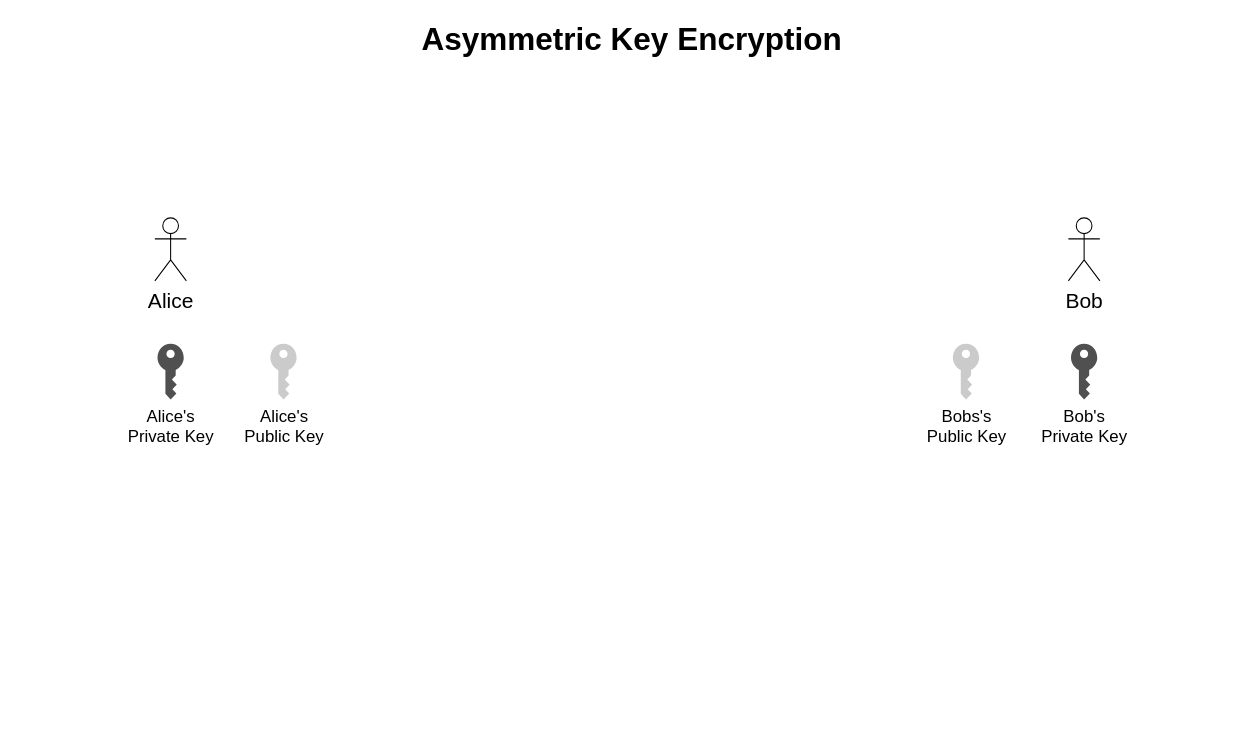
The draw.io diagram Asymmetric Encryption.drawio in ProTapia/IST-215-Notes, before the edit. Source tidied: cells renumbered, new cells numbered last; positions are measured from the earlier drawing's top-left corner, leaving out a move shared by most shapes. Both pictures are drawn from the tidied source at 105%, with x=0, y=0 at pixel (154, 18).
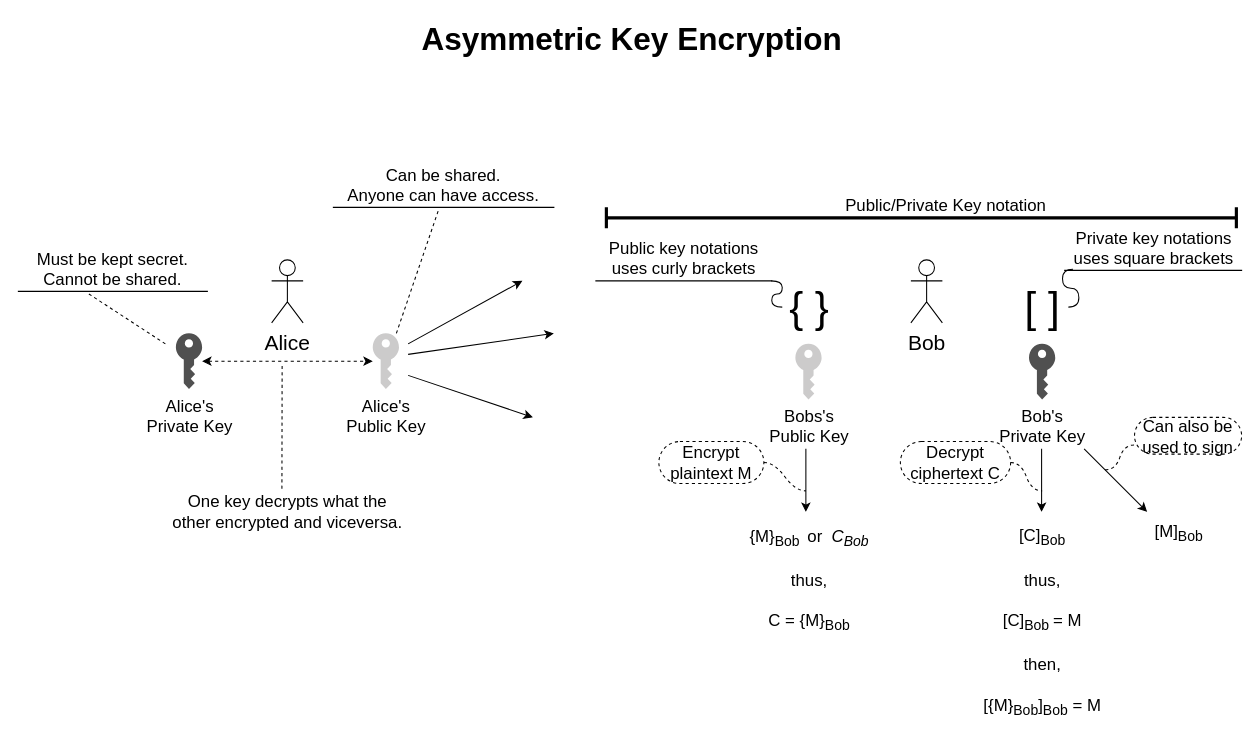
The same page after the edit.

Change to the diagram source:
```diff
@@
     <mxCell id="3" value="Alice" style="shape=umlActor;verticalLabelPosition=bottom;labelBackgroundColor=#ffffff;verticalAlign=top;html=1;fontSize=20;" parent="1" vertex="1">
-      <mxGeometry y="190" width="30" height="60" as="geometry" />
+      <mxGeometry x="111.2" y="230" width="30" height="60" as="geometry" />
     </mxCell>
     <mxCell id="4" value="Bob" style="shape=umlActor;verticalLabelPosition=bottom;labelBackgroundColor=#ffffff;verticalAlign=top;html=1;fontSize=20;" parent="1" vertex="1">
-      <mxGeometry x="870" y="190" width="30" height="60" as="geometry" />
+      <mxGeometry x="720" y="230" width="30" height="60" as="geometry" />
     </mxCell>
     <mxCell id="5" value="Alice's&lt;br style=&quot;font-size: 16px;&quot;&gt;Private Key" style="shadow=0;dashed=0;html=1;strokeColor=none;fillColor=#505050;labelPosition=center;verticalLabelPosition=bottom;verticalAlign=top;outlineConnect=0;align=center;shape=mxgraph.office.security.key_permissions;fontSize=16;" parent="1" vertex="1">
-      <mxGeometry x="2.5" y="310" width="25" height="53" as="geometry" />
+      <mxGeometry x="20" y="300" width="25" height="53" as="geometry" />
     </mxCell>
     <mxCell id="6" value="Alice's&lt;br style=&quot;font-size: 16px;&quot;&gt;Public Key" style="shadow=0;dashed=0;html=1;strokeColor=none;labelPosition=center;verticalLabelPosition=bottom;verticalAlign=top;outlineConnect=0;align=center;shape=mxgraph.office.security.key_permissions;fillColor=#CCCBCB;fontSize=16;" parent="1" vertex="1">
-      <mxGeometry x="110" y="310" width="25" height="53" as="geometry" />
+      <mxGeometry x="207.5" y="300" width="25" height="53" as="geometry" />
     </mxCell>
     <mxCell id="7" value="Bob's&lt;br style=&quot;font-size: 16px&quot;&gt;Private Key" style="shadow=0;dashed=0;html=1;strokeColor=none;fillColor=#505050;labelPosition=center;verticalLabelPosition=bottom;verticalAlign=top;align=center;shape=mxgraph.office.security.key_permissions;fontSize=16;" parent="1" vertex="1">
-      <mxGeometry x="872.5" y="310" width="25" height="53" as="geometry" />
+      <mxGeometry x="832.5" y="310" width="25" height="53" as="geometry" />
     </mxCell>
     <mxCell id="8" value="Bobs's&lt;br style=&quot;font-size: 16px&quot;&gt;Public Key" style="shadow=0;dashed=0;html=1;strokeColor=none;labelPosition=center;verticalLabelPosition=bottom;verticalAlign=top;align=center;shape=mxgraph.office.security.key_permissions;fillColor=#CCCBCB;fontSize=16;" parent="1" vertex="1">
-      <mxGeometry x="760" y="310" width="25" height="53" as="geometry" />
+      <mxGeometry x="610" y="310" width="25" height="53" as="geometry" />
     </mxCell>
+    <mxCell id="9" style="endArrow=classic;startArrow=classic;html=1;fontSize=16;dashed=1;" parent="1" edge="1" source="5" target="6">
+      <mxGeometry relative="1" as="geometry" />
+    </mxCell>
+    <mxCell id="10" style="endArrow=none;dashed=1;html=1;fontSize=16;" parent="1" edge="1">
+      <mxGeometry relative="1" as="geometry">
+        <mxPoint x="121" y="448" as="sourcePoint" />
+        <mxPoint x="121.2" y="330" as="targetPoint" />
+      </mxGeometry>
+    </mxCell>
+    <mxCell id="11" value="One key decrypts what the &lt;br&gt;other encrypted and viceversa." style="text;html=1;align=center;verticalAlign=middle;fontSize=16;" parent="1" vertex="1">
+      <mxGeometry x="11.2" y="450" width="230" height="40" as="geometry" />
+    </mxCell>
+    <mxCell id="12" value="Must be kept secret.&lt;br&gt;Cannot be shared." style="whiteSpace=wrap;html=1;shape=partialRectangle;top=0;left=0;bottom=1;right=0;points=[[0,1],[1,1]];strokeColor=#000000;fillColor=none;align=center;verticalAlign=bottom;routingCenterY=0.5;snapToPoint=1;fontSize=16;" parent="1" vertex="1">
+      <mxGeometry x="-130" y="220" width="180" height="40" as="geometry" />
+    </mxCell>
+    <mxCell id="13" style="endArrow=none;html=1;fontSize=16;entryX=0.369;entryY=1.05;entryDx=0;entryDy=0;entryPerimeter=0;dashed=1;" parent="1" edge="1" target="12">
+      <mxGeometry relative="1" as="geometry">
+        <mxPoint x="10" y="310" as="sourcePoint" />
+      </mxGeometry>
+    </mxCell>
+    <mxCell id="14" style="endArrow=classic;html=1;fontSize=16;" parent="1" edge="1">
+      <mxGeometry relative="1" as="geometry">
+        <mxPoint x="241.2" y="320" as="sourcePoint" />
+        <mxPoint x="380" y="300" as="targetPoint" />
+      </mxGeometry>
+    </mxCell>
+    <mxCell id="15" style="endArrow=classic;html=1;fontSize=16;" parent="1" edge="1">
+      <mxGeometry relative="1" as="geometry">
+        <mxPoint x="241.2" y="310" as="sourcePoint" />
+        <mxPoint x="350" y="250" as="targetPoint" />
+      </mxGeometry>
+    </mxCell>
+    <mxCell id="16" style="endArrow=classic;html=1;fontSize=16;" parent="1" edge="1">
+      <mxGeometry relative="1" as="geometry">
+        <mxPoint x="241.2" y="340" as="sourcePoint" />
+        <mxPoint x="360" y="380" as="targetPoint" />
+      </mxGeometry>
+    </mxCell>
+    <mxCell id="17" value="Can be shared.&lt;br&gt;Anyone can have access." style="whiteSpace=wrap;html=1;shape=partialRectangle;top=0;left=0;bottom=1;right=0;points=[[0,1],[1,1]];strokeColor=#000000;fillColor=none;align=center;verticalAlign=bottom;routingCenterY=0.5;snapToPoint=1;fontSize=16;" parent="1" vertex="1">
+      <mxGeometry x="170" y="140" width="210" height="40" as="geometry" />
+    </mxCell>
+    <mxCell id="18" style="endArrow=none;html=1;fontSize=16;entryX=0.476;entryY=1.075;entryDx=0;entryDy=0;entryPerimeter=0;exitX=0.9;exitY=0;exitDx=0;exitDy=0;exitPerimeter=0;dashed=1;" parent="1" edge="1" source="6" target="17">
+      <mxGeometry relative="1" as="geometry" />
+    </mxCell>
+    <mxCell id="19" style="shape=crossbar;whiteSpace=wrap;html=1;rounded=1;fontSize=16;strokeWidth=3;" parent="1" vertex="1">
+      <mxGeometry x="430" y="180" width="600" height="20" as="geometry" />
+    </mxCell>
+    <mxCell id="20" value="Public/Private Key notation" style="text;html=1;align=center;verticalAlign=middle;fontSize=16;" parent="1" vertex="1">
+      <mxGeometry x="647.5" y="168" width="210" height="20" as="geometry" />
+    </mxCell>
+    <mxCell id="21" style="endArrow=classic;html=1;fontSize=16;" parent="1" edge="1">
+      <mxGeometry relative="1" as="geometry">
+        <mxPoint x="620" y="410" as="sourcePoint" />
+        <mxPoint x="620" y="470" as="targetPoint" />
+      </mxGeometry>
+    </mxCell>
+    <mxCell id="22" value="{M}&lt;sub&gt;Bob&amp;nbsp;&amp;nbsp;&lt;/sub&gt;or&amp;nbsp;&amp;nbsp;&lt;i&gt;C&lt;/i&gt;&lt;i&gt;&lt;sub&gt;Bob&lt;/sub&gt;&lt;/i&gt;&lt;br&gt;&lt;br&gt;thus,&lt;br&gt;&lt;br&gt;C = {M}&lt;sub&gt;Bob&lt;/sub&gt;&lt;sub&gt;&lt;br&gt;&lt;/sub&gt;" style="text;html=1;align=center;verticalAlign=middle;fontSize=16;" parent="1" vertex="1">
+      <mxGeometry x="557.5" y="480" width="130" height="110" as="geometry" />
+    </mxCell>
+    <mxCell id="23" style="endArrow=classic;html=1;fontSize=16;" parent="1" edge="1">
+      <mxGeometry relative="1" as="geometry">
+        <mxPoint x="844.5" y="410" as="sourcePoint" />
+        <mxPoint x="844.5" y="470" as="targetPoint" />
+      </mxGeometry>
+    </mxCell>
+    <mxCell id="24" value="{ }" style="text;html=1;align=center;verticalAlign=middle;points=[];fontSize=40;" parent="1" vertex="1">
+      <mxGeometry x="597.5" y="250" width="50" height="50" as="geometry" />
+    </mxCell>
+    <mxCell id="25" value="[ ]" style="text;html=1;align=center;verticalAlign=middle;points=[];fontSize=40;" parent="1" vertex="1">
+      <mxGeometry x="820" y="250" width="50" height="50" as="geometry" />
+    </mxCell>
+    <mxCell id="26" value="[C]&lt;sub&gt;Bob&lt;/sub&gt;&lt;br&gt;&lt;br&gt;thus,&lt;br&gt;&lt;br&gt;[C]&lt;sub&gt;Bob &lt;/sub&gt;= M&lt;br&gt;&lt;br&gt;then,&lt;br&gt;&lt;br&gt;[{M}&lt;sub&gt;Bob&lt;/sub&gt;]&lt;sub&gt;Bob&lt;/sub&gt; = M" style="text;html=1;align=center;verticalAlign=middle;fontSize=16;" parent="1" vertex="1">
+      <mxGeometry x="780" y="480" width="130" height="190" as="geometry" />
+    </mxCell>
+    <mxCell id="27" value="Encrypt &lt;br&gt;plaintext M" style="whiteSpace=wrap;html=1;rounded=1;arcSize=50;align=center;verticalAlign=middle;strokeWidth=1;spacing=4;fontSize=16;dashed=1;" parent="1" vertex="1">
+      <mxGeometry x="480" y="403" width="100" height="40" as="geometry" />
+    </mxCell>
+    <mxCell id="28" style="edgeStyle=entityRelationEdgeStyle;startArrow=none;endArrow=none;segment=10;curved=1;fontSize=16;exitX=1;exitY=0.5;exitDx=0;exitDy=0;dashed=1;" parent="1" edge="1" source="27">
+      <mxGeometry relative="1" as="geometry">
+        <mxPoint x="620" y="450" as="targetPoint" />
+      </mxGeometry>
+    </mxCell>
+    <mxCell id="29" value="Decrypt &lt;br&gt;ciphertext C" style="whiteSpace=wrap;html=1;rounded=1;arcSize=50;align=center;verticalAlign=middle;strokeWidth=1;spacing=4;fontSize=16;dashed=1;" parent="1" vertex="1">
+      <mxGeometry x="710" y="403" width="105" height="40" as="geometry" />
+    </mxCell>
+    <mxCell id="30" style="edgeStyle=entityRelationEdgeStyle;startArrow=none;endArrow=none;segment=10;curved=1;fontSize=16;exitX=1;exitY=0.5;exitDx=0;exitDy=0;dashed=1;" parent="1" edge="1">
+      <mxGeometry relative="1" as="geometry">
+        <mxPoint x="815" y="423" as="sourcePoint" />
+        <mxPoint x="845" y="450" as="targetPoint" />
+      </mxGeometry>
+    </mxCell>
+    <mxCell id="31" style="endArrow=classic;html=1;fontSize=16;" parent="1" edge="1">
+      <mxGeometry relative="1" as="geometry">
+        <mxPoint x="885" y="410" as="sourcePoint" />
+        <mxPoint x="945" y="470" as="targetPoint" />
+      </mxGeometry>
+    </mxCell>
+    <mxCell id="32" value="[M]&lt;sub&gt;Bob&lt;/sub&gt;" style="text;html=1;align=center;verticalAlign=middle;fontSize=16;" parent="1" vertex="1">
+      <mxGeometry x="945" y="475" width="60" height="30" as="geometry" />
+    </mxCell>
+    <mxCell id="33" value="Can also be&lt;br&gt;used to sign" style="whiteSpace=wrap;html=1;rounded=1;arcSize=50;align=center;verticalAlign=middle;strokeWidth=1;spacing=4;fontSize=16;dashed=1;" parent="1" vertex="1">
+      <mxGeometry x="933" y="380" width="102" height="35" as="geometry" />
+    </mxCell>
+    <mxCell id="34" style="edgeStyle=entityRelationEdgeStyle;startArrow=none;endArrow=none;segment=10;curved=1;fontSize=16;dashed=1;entryX=0;entryY=0.75;entryDx=0;entryDy=0;" parent="1" edge="1" target="33">
+      <mxGeometry relative="1" as="geometry">
+        <mxPoint x="905" y="430" as="sourcePoint" />
+      </mxGeometry>
+    </mxCell>
+    <mxCell id="35" value="Public key notations uses curly brackets" style="whiteSpace=wrap;html=1;shape=partialRectangle;top=0;left=0;bottom=1;right=0;points=[[0,1],[1,1]];strokeColor=#000000;fillColor=none;align=center;verticalAlign=bottom;routingCenterY=0.5;snapToPoint=1;fontSize=16;" parent="1" vertex="1">
+      <mxGeometry x="420" y="230" width="167.5" height="20" as="geometry" />
+    </mxCell>
+    <mxCell id="36" style="edgeStyle=entityRelationEdgeStyle;startArrow=none;endArrow=none;segment=10;curved=1;fontSize=16;" parent="1" edge="1" source="24" target="35">
+      <mxGeometry relative="1" as="geometry" />
+    </mxCell>
+    <mxCell id="37" value="Private key notations uses square brackets" style="whiteSpace=wrap;html=1;shape=partialRectangle;top=0;left=0;bottom=1;right=0;points=[[0,1],[1,1]];strokeColor=#000000;fillColor=none;align=center;verticalAlign=bottom;routingCenterY=0.5;snapToPoint=1;fontSize=16;" parent="1" vertex="1">
+      <mxGeometry x="866.5" y="220" width="168.5" height="20" as="geometry" />
+    </mxCell>
+    <mxCell id="38" style="edgeStyle=entityRelationEdgeStyle;startArrow=none;endArrow=none;segment=10;curved=1;fontSize=16;entryX=0.047;entryY=0.95;entryDx=0;entryDy=0;entryPerimeter=0;" parent="1" edge="1" source="25" target="37">
+      <mxGeometry relative="1" as="geometry" />
+    </mxCell>
```
